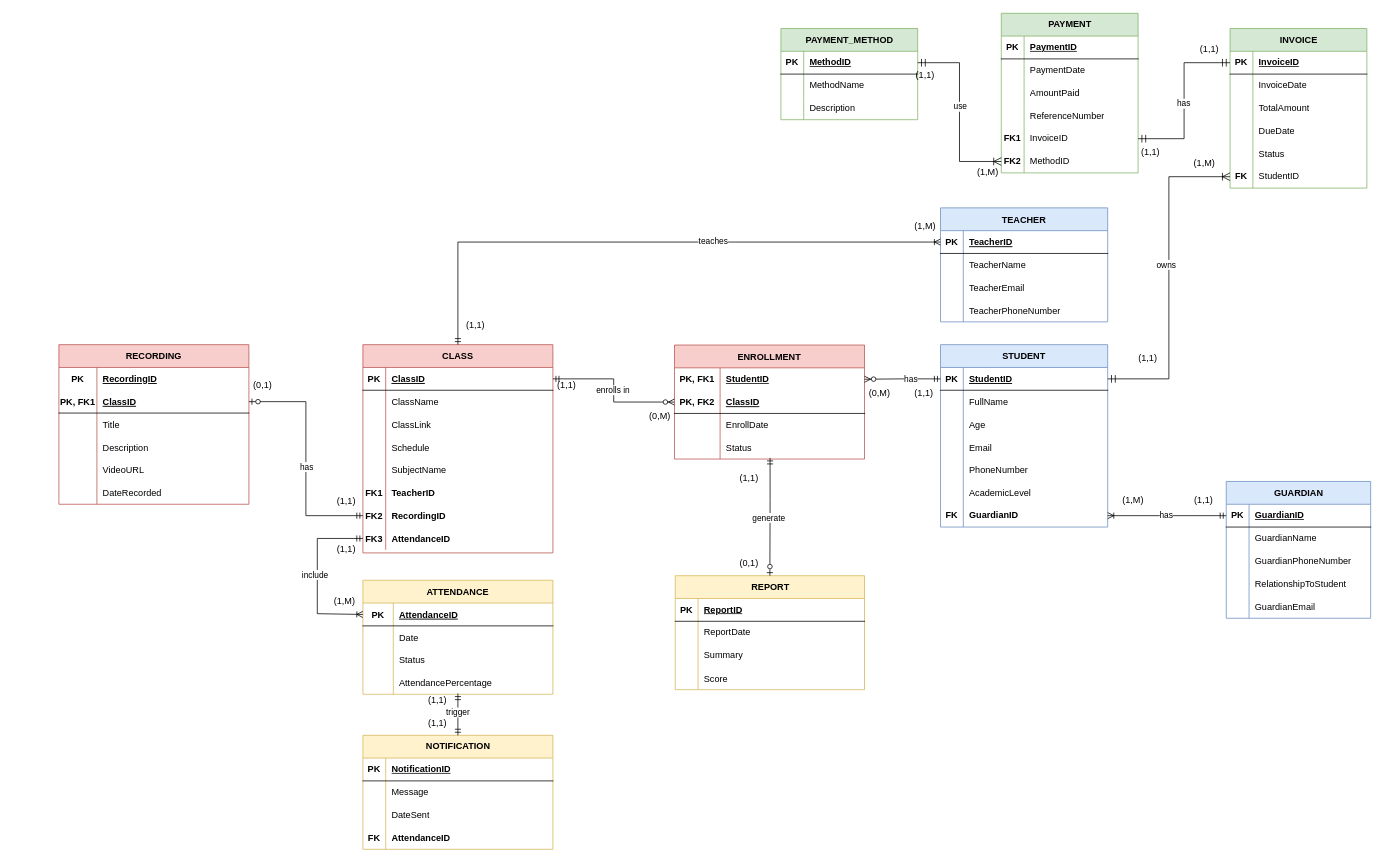
Before: OverallDiagram.drawio in EzraChai/CMT221-Assignment, a draw.io diagram. Source tidied: cells renumbered, new cells numbered last; positions are measured from the earlier drawing's top-left corner, leaving out a move shared by most shapes. Both pictures are drawn from the tidied source at 76%, with x=0, y=0 at pixel (59, 13).
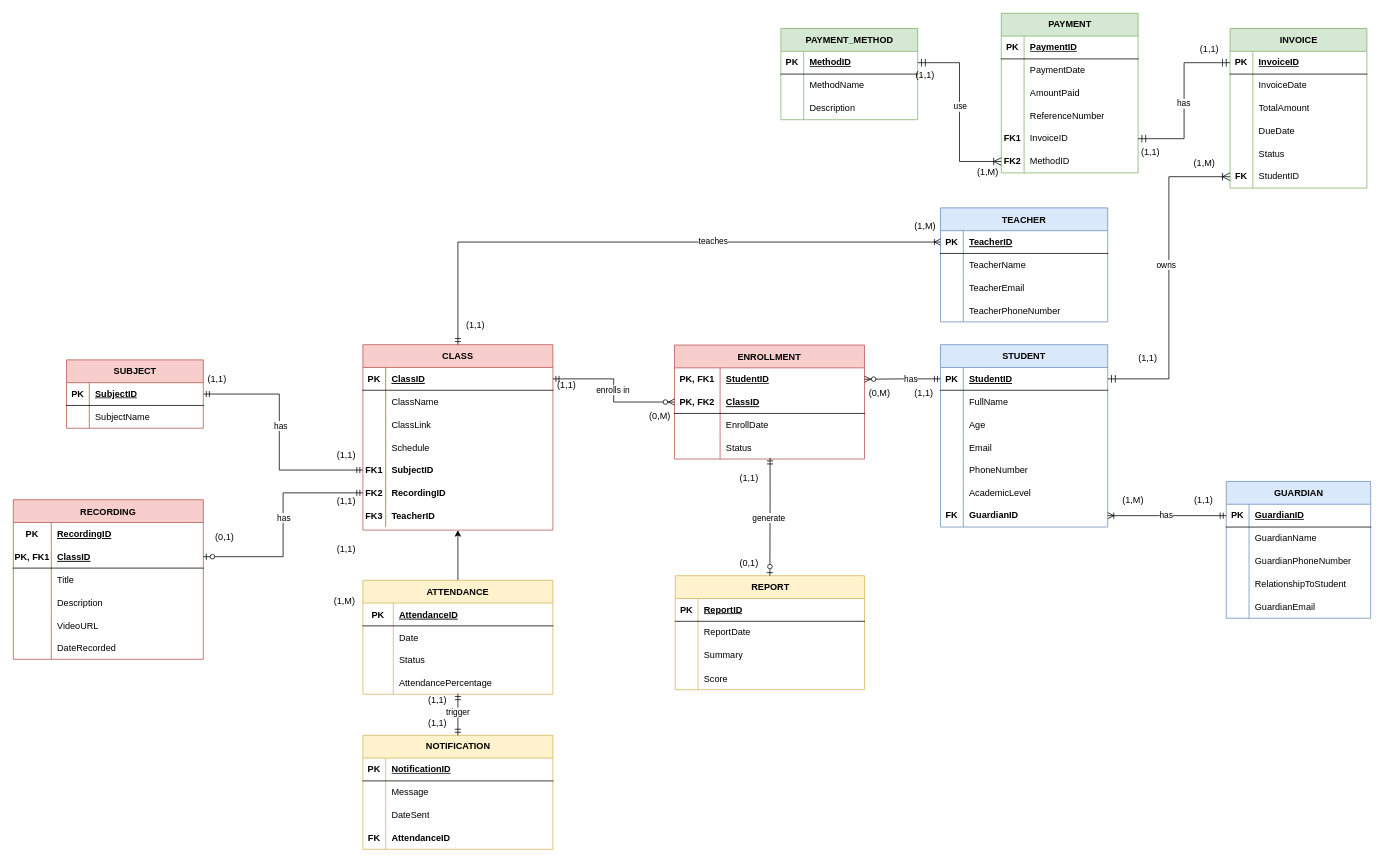
The same page after the edit.

The change refers to these unchanged cells:
```xml
<mxCell id="111" value="ATTENDANCE" style="shape=table;startSize=30;childLayout=tableLayout;rowLines=0;fontStyle=1;align=center;fillColor=#fff2cc;strokeColor=#d6b656;" parent="1" vertex="1">
  <mxGeometry x="400" y="746" width="250" height="150" as="geometry" />
</mxCell>
<mxCell id="112" style="shape=partialRectangle;fillColor=none;points=[[0,0.5],[1,0.5]];portConstraint=eastwest;top=0;left=0;right=0;bottom=1;" parent="111" vertex="1">
  <mxGeometry y="30" width="250" height="30" as="geometry" />
</mxCell>
```

Diff of the diagram source:
```diff
@@
     <mxCell id="28" value="CLASS" style="shape=table;startSize=30;childLayout=tableLayout;rowLines=0;fontStyle=1;align=center;fillColor=#f8cecc;strokeColor=#b85450;" parent="1" vertex="1">
-      <mxGeometry x="400" y="436" width="250" height="274" as="geometry" />
+      <mxGeometry x="400" y="436" width="250" height="244" as="geometry" />
     </mxCell>
@@
-    <mxCell id="41" style="shape=partialRectangle;fillColor=none;top=0;left=0;right=0;bottom=0;" parent="28" vertex="1">
-      <mxGeometry y="150" width="250" height="30" as="geometry" />
-    </mxCell>
-    <mxCell id="42" style="shape=partialRectangle;overflow=hidden;fillColor=none;top=0;left=0;bottom=0;right=0;fontStyle=1;" parent="41" vertex="1">
-      <mxGeometry width="30" height="30" as="geometry" />
-    </mxCell>
-    <mxCell id="43" value="SubjectName" style="shape=partialRectangle;overflow=hidden;fillColor=none;top=0;left=0;bottom=0;right=0;align=left;spacingLeft=6;fontStyle=0;" parent="41" vertex="1">
-      <mxGeometry x="30" width="220" height="30" as="geometry" />
-    </mxCell>
     <mxCell id="44" style="shape=partialRectangle;fillColor=none;top=0;left=0;right=0;bottom=0;" parent="28" vertex="1">
-      <mxGeometry y="180" width="250" height="30" as="geometry" />
+      <mxGeometry y="150" width="250" height="30" as="geometry" />
     </mxCell>
@@
-    <mxCell id="46" value="TeacherID" style="shape=partialRectangle;overflow=hidden;fillColor=none;top=0;left=0;bottom=0;right=0;align=left;spacingLeft=6;fontStyle=1;" parent="44" vertex="1">
+    <mxCell id="46" value="SubjectID" style="shape=partialRectangle;overflow=hidden;fillColor=none;top=0;left=0;bottom=0;right=0;align=left;spacingLeft=6;fontStyle=1;" parent="44" vertex="1">
       <mxGeometry x="30" width="220" height="30" as="geometry" />
     </mxCell>
     <mxCell id="47" style="shape=partialRectangle;fillColor=none;points=[[0,0.5],[1,0.5]];portConstraint=eastwest;top=0;left=0;right=0;bottom=0;" parent="28" vertex="1">
-      <mxGeometry y="210" width="250" height="30" as="geometry" />
+      <mxGeometry y="180" width="250" height="30" as="geometry" />
     </mxCell>
@@
     <mxCell id="50" style="shape=partialRectangle;fillColor=none;points=[[0,0.5],[1,0.5]];portConstraint=eastwest;top=0;left=0;right=0;bottom=0;" parent="28" vertex="1">
-      <mxGeometry y="240" width="250" height="30" as="geometry" />
+      <mxGeometry y="210" width="250" height="30" as="geometry" />
     </mxCell>
@@
-    <mxCell id="52" value="AttendanceID" style="shape=partialRectangle;overflow=hidden;fillColor=none;top=0;left=0;bottom=0;right=0;align=left;spacingLeft=6;fontStyle=1;" parent="50" vertex="1">
+    <mxCell id="52" value="TeacherID" style="shape=partialRectangle;overflow=hidden;fillColor=none;top=0;left=0;bottom=0;right=0;align=left;spacingLeft=6;fontStyle=1;" parent="50" vertex="1">
       <mxGeometry x="30" width="220" height="30" as="geometry" />
     </mxCell>
     <mxCell id="53" value="RECORDING" style="shape=table;startSize=30;childLayout=tableLayout;rowLines=0;fontStyle=1;align=center;fillColor=#f8cecc;strokeColor=#b85450;" parent="1" vertex="1">
-      <mxGeometry y="436" width="250" height="210" as="geometry" />
+      <mxGeometry x="-60" y="640" width="250" height="210" as="geometry" />
     </mxCell>
@@
     <mxCell id="75" value="(0,1)" style="text;strokeColor=none;fillColor=none;spacingLeft=4;spacingRight=4;overflow=hidden;fontSize=12;whiteSpace=wrap;html=1;" parent="1" vertex="1">
-      <mxGeometry x="250" y="476" width="60" height="30" as="geometry" />
+      <mxGeometry x="200" y="676" width="60" height="30" as="geometry" />
     </mxCell>
@@
+    <mxCell id="241" style="edgeStyle=orthogonalEdgeStyle;rounded=0;jettySize=auto;html=1;exitX=0.5;exitY=0;exitDx=0;exitDy=0;entryX=0.5;entryY=1;entryDx=0;entryDy=0;" parent="1" edge="1" source="111" target="28">
+      <mxGeometry relative="1" as="geometry" />
+    </mxCell>
@@
-    <mxCell id="124" style="edgeStyle=orthogonalEdgeStyle;fontSize=12;html=1;endArrow=ERoneToMany;startArrow=ERmandOne;rounded=0;entryX=0;entryY=0.5;entryDx=0;entryDy=0;endFill=0;exitX=0;exitY=0.5;exitDx=0;exitDy=0;" parent="1" edge="1" source="50" target="112">
-      <mxGeometry relative="1" as="geometry">
-        <Array as="points">
-          <mxPoint x="340" y="691" />
-          <mxPoint x="340" y="790" />
-          <mxPoint x="400" y="790" />
-        </Array>
-      </mxGeometry>
-    </mxCell>
-    <mxCell id="125" value="include" style="edgeLabel;html=1;align=center;verticalAlign=middle;" parent="124" vertex="1">
-      <mxGeometry x="-0.02" y="-4" relative="1" as="geometry" />
-    </mxCell>
@@
+    <mxCell id="242" style="edgeStyle=orthogonalEdgeStyle;rounded=0;jettySize=auto;html=1;exitX=1;exitY=0.5;exitDx=0;exitDy=0;entryX=0;entryY=0.5;entryDx=0;entryDy=0;endArrow=ERmandOne;endFill=0;startArrow=ERmandOne;startFill=0;" parent="1" edge="1" source="245">
+      <mxGeometry relative="1" as="geometry">
+        <mxPoint x="400" y="601" as="targetPoint" />
+        <Array as="points">
+          <mxPoint x="290" y="501" />
+          <mxPoint x="290" y="601" />
+        </Array>
+      </mxGeometry>
+    </mxCell>
+    <mxCell id="243" value="has" style="edgeLabel;html=1;align=center;verticalAlign=middle;" parent="242" vertex="1">
+      <mxGeometry x="-0.09" y="1" relative="1" as="geometry" />
+    </mxCell>
+    <mxCell id="244" value="SUBJECT" style="shape=table;startSize=30;childLayout=tableLayout;rowLines=0;fontStyle=1;align=center;html=1;fillColor=#f8cecc;strokeColor=#b85450;" parent="1" vertex="1">
+      <mxGeometry x="10" y="456" width="180" height="90" as="geometry" />
+    </mxCell>
+    <mxCell id="245" style="shape=tableRow;horizontal=0;startSize=0;swimlaneHead=0;swimlaneBody=0;fillColor=none;points=[[0,0.5],[1,0.5]];portConstraint=eastwest;top=0;left=0;right=0;bottom=1;" parent="244" vertex="1">
+      <mxGeometry y="30" width="180" height="30" as="geometry" />
+    </mxCell>
+    <mxCell id="246" value="PK" style="shape=partialRectangle;fillColor=none;top=0;left=0;bottom=0;right=0;fontStyle=1;overflow=hidden;whiteSpace=wrap;html=1;" parent="245" vertex="1">
+      <mxGeometry width="30" height="30" as="geometry" />
+    </mxCell>
+    <mxCell id="247" value="SubjectID" style="shape=partialRectangle;fillColor=none;top=0;left=0;bottom=0;right=0;align=left;spacingLeft=6;fontStyle=5;overflow=hidden;whiteSpace=wrap;html=1;" parent="245" vertex="1">
+      <mxGeometry x="30" width="150" height="30" as="geometry" />
+    </mxCell>
+    <mxCell id="248" style="shape=tableRow;horizontal=0;startSize=0;swimlaneHead=0;swimlaneBody=0;fillColor=none;top=0;left=0;right=0;bottom=0;" parent="244" vertex="1">
+      <mxGeometry y="60" width="180" height="30" as="geometry" />
+    </mxCell>
+    <mxCell id="249" style="shape=partialRectangle;fillColor=none;top=0;left=0;bottom=0;right=0;overflow=hidden;whiteSpace=wrap;html=1;" parent="248" vertex="1">
+      <mxGeometry width="30" height="30" as="geometry" />
+    </mxCell>
+    <mxCell id="43" value="SubjectName" style="shape=partialRectangle;fillColor=none;top=0;left=0;bottom=0;right=0;align=left;spacingLeft=6;overflow=hidden;whiteSpace=wrap;html=1;" parent="248" vertex="1">
+      <mxGeometry x="30" width="150" height="30" as="geometry" />
+    </mxCell>
+    <mxCell id="250" value="(1,1)" style="text;strokeColor=none;fillColor=none;spacingLeft=4;spacingRight=4;overflow=hidden;fontSize=12;whiteSpace=wrap;html=1;" parent="1" vertex="1">
+      <mxGeometry x="360" y="567.5" width="60" height="30" as="geometry" />
+    </mxCell>
+    <mxCell id="251" value="(1,1)" style="text;strokeColor=none;fillColor=none;spacingLeft=4;spacingRight=4;overflow=hidden;fontSize=12;whiteSpace=wrap;html=1;" parent="1" vertex="1">
+      <mxGeometry x="190" y="466.5" width="60" height="30" as="geometry" />
+    </mxCell>
```
